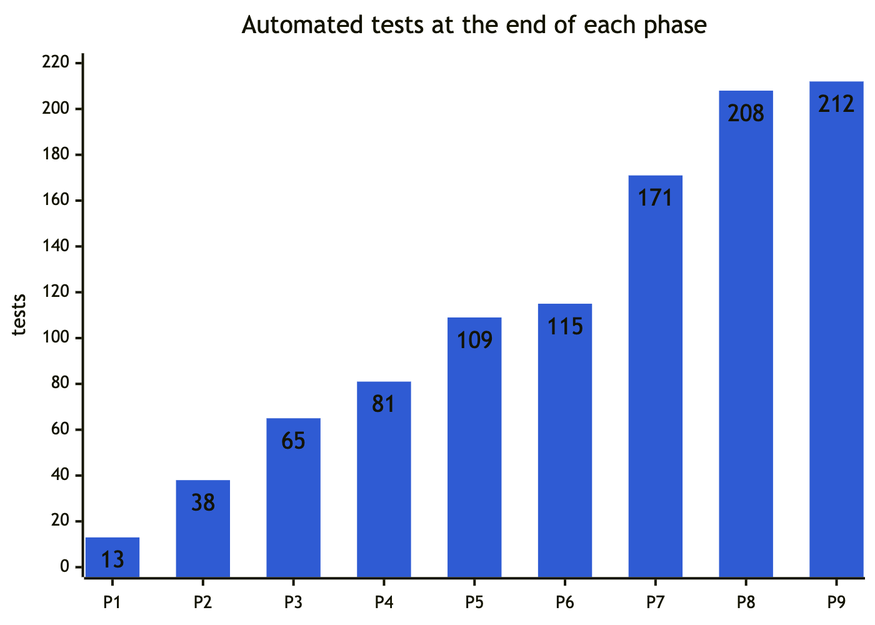
Above: docs/handbook/images/14-chart-tests-by-phase.png in abdulmdev/sentinel-incident-copilot (Mermaid), before the change. Its source is kept beside it as docs/handbook/diagrams/14-chart-tests-by-phase.mmd.
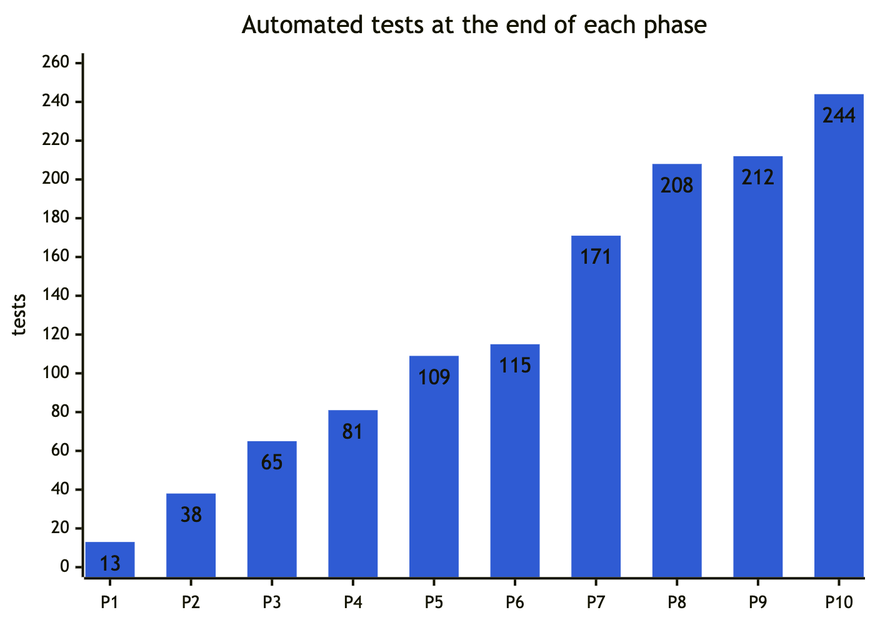
After the change.

What changed in the source:
```diff
@@ -8,6 +8,6 @@
 ---
 xychart-beta
   title "Automated tests at the end of each phase"
-  x-axis ["P1", "P2", "P3", "P4", "P5", "P6", "P7", "P8", "P9"]
-  y-axis "tests" 0 --> 220
-  bar [13, 38, 65, 81, 109, 115, 171, 208, 212]
+  x-axis ["P1", "P2", "P3", "P4", "P5", "P6", "P7", "P8", "P9", "P10"]
+  y-axis "tests" 0 --> 260
+  bar [13, 38, 65, 81, 109, 115, 171, 208, 212, 244]
```
